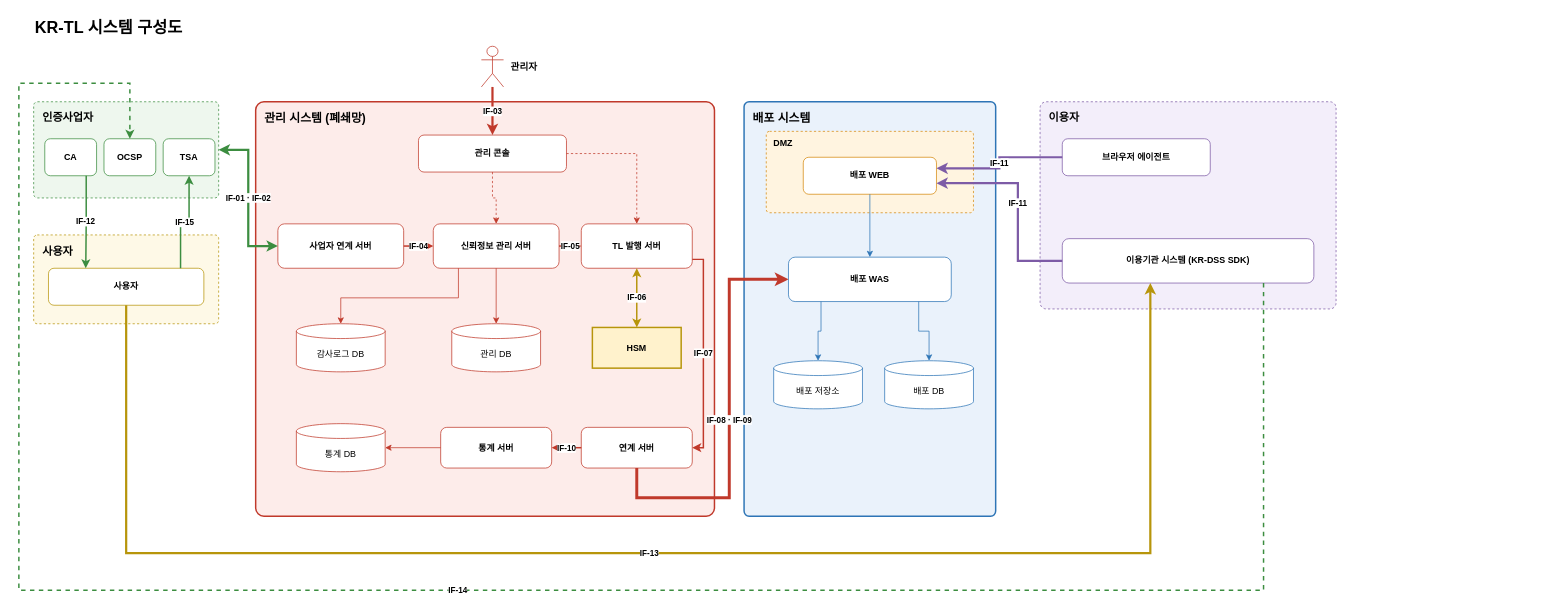
The draw.io diagram docs/design/KR-TL-관리시스템/diagrams/krtl-system.drawio in yongsungkim-electcerti/kr-dss, before the edit. Source tidied: cells renumbered, new cells numbered last; positions are measured from the earlier drawing's top-left corner, leaving out a move shared by most shapes. Both pictures are drawn from the tidied source at 74%, with x=0, y=0 at pixel (18, 13).
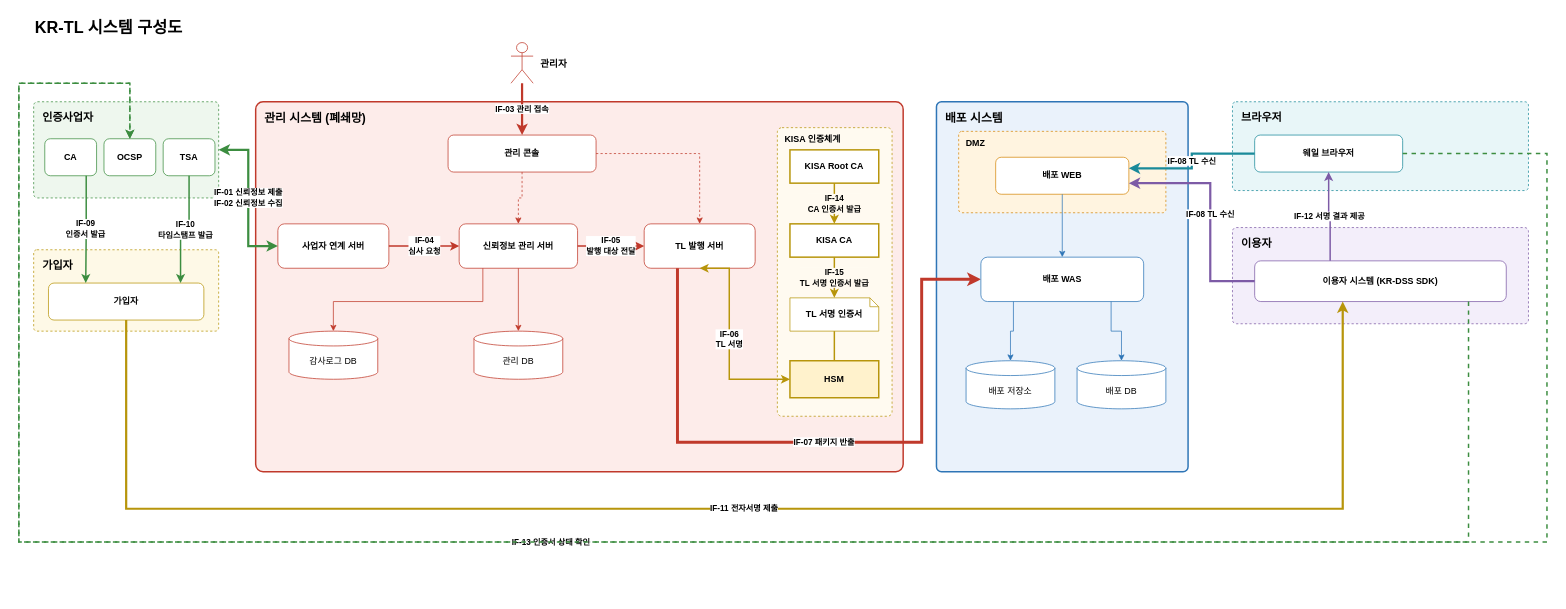
Above is the later version.

Commit message (it also covers changes not shown here):
docs(kr-tl): IF 한글 명칭·가입자/이용자/브라우저 구분·KISA 인증체계 반영, 통계·연계 제외 [claude]

Unchanged cells that the change refers to:
```xml
<mxCell id="3" value="인증사업자" style="rounded=1;arcSize=4;dashed=1;fillColor=#eef7ee;strokeColor=#3c8d40;verticalAlign=top;align=left;spacingLeft=10;spacingTop=6;fontStyle=1;fontSize=15;" parent="1" vertex="1">
  <mxGeometry x="20" y="120" width="250" height="130" as="geometry" />
</mxCell>
<mxCell id="9" value="CA" style="rounded=1;whiteSpace=wrap;html=1;fillColor=#ffffff;strokeColor=#3c8d40;fontStyle=1;" parent="1" vertex="1">
  <mxGeometry x="35" y="170" width="70" height="50" as="geometry" />
</mxCell>
<mxCell id="10" value="OCSP" style="rounded=1;whiteSpace=wrap;html=1;fillColor=#ffffff;strokeColor=#3c8d40;fontStyle=1;" parent="1" vertex="1">
  <mxGeometry x="115" y="170" width="70" height="50" as="geometry" />
</mxCell>
<mxCell id="11" value="TSA" style="rounded=1;whiteSpace=wrap;html=1;fillColor=#ffffff;strokeColor=#3c8d40;fontStyle=1;" parent="1" vertex="1">
  <mxGeometry x="195" y="170" width="70" height="50" as="geometry" />
</mxCell>
```

Diff of the diagram source:
```diff
@@
-    <mxCell id="4" value="사용자" style="rounded=1;arcSize=4;dashed=1;fillColor=#fef9e7;strokeColor=#b7950b;verticalAlign=top;align=left;spacingLeft=10;spacingTop=6;fontStyle=1;fontSize=15;" parent="1" vertex="1">
-      <mxGeometry x="20" y="300" width="250" height="120" as="geometry" />
-    </mxCell>
+    <mxCell id="52" value="가입자" style="rounded=1;arcSize=4;dashed=1;fillColor=#fef9e7;strokeColor=#b7950b;verticalAlign=top;align=left;spacingLeft=10;spacingTop=6;fontStyle=1;fontSize=15;" parent="1" vertex="1">
+      <mxGeometry x="20" y="320" width="250" height="110" as="geometry" />
+    </mxCell>
     <mxCell id="5" value="관리 시스템 (폐쇄망)" style="rounded=1;arcSize=2;fillColor=#fdecea;strokeColor=#c0392b;strokeWidth=2;verticalAlign=top;align=left;spacingLeft=10;spacingTop=6;fontStyle=1;fontSize=16;" parent="1" vertex="1">
-      <mxGeometry x="320" y="120" width="620" height="560" as="geometry" />
+      <mxGeometry x="320" y="120" width="875" height="500" as="geometry" />
     </mxCell>
     <mxCell id="6" value="배포 시스템" style="rounded=1;arcSize=2;fillColor=#eaf2fb;strokeColor=#2e75b6;strokeWidth=2;verticalAlign=top;align=left;spacingLeft=10;spacingTop=6;fontStyle=1;fontSize=16;" parent="1" vertex="1">
-      <mxGeometry x="980" y="120" width="340" height="560" as="geometry" />
+      <mxGeometry x="1240" y="120" width="340" height="500" as="geometry" />
     </mxCell>
     <mxCell id="7" value="DMZ" style="rounded=1;arcSize=4;dashed=1;fillColor=#fff4e0;strokeColor=#d68910;verticalAlign=top;align=left;spacingLeft=8;spacingTop=2;fontStyle=1;fontSize=12;" parent="1" vertex="1">
-      <mxGeometry x="1010" y="160" width="280" height="110" as="geometry" />
+      <mxGeometry x="1270" y="160" width="280" height="110" as="geometry" />
     </mxCell>
+    <mxCell id="53" value="브라우저" style="rounded=1;arcSize=4;dashed=1;fillColor=#e8f6f8;strokeColor=#1a8a9a;verticalAlign=top;align=left;spacingLeft=10;spacingTop=6;fontStyle=1;fontSize=15;" parent="1" vertex="1">
+      <mxGeometry x="1640" y="120" width="400" height="120" as="geometry" />
+    </mxCell>
-    <mxCell id="8" value="이용자" style="rounded=1;arcSize=3;dashed=1;fillColor=#f3eefa;strokeColor=#7d5ba6;verticalAlign=top;align=left;spacingLeft=10;spacingTop=6;fontStyle=1;fontSize=15;" parent="1" vertex="1">
-      <mxGeometry x="1380" y="120" width="400" height="280" as="geometry" />
+    <mxCell id="8" value="이용자" style="rounded=1;arcSize=4;dashed=1;fillColor=#f3eefa;strokeColor=#7d5ba6;verticalAlign=top;align=left;spacingLeft=10;spacingTop=6;fontStyle=1;fontSize=15;" parent="1" vertex="1">
+      <mxGeometry x="1640" y="290" width="400" height="130" as="geometry" />
     </mxCell>
@@
-    <mxCell id="12" value="사용자" style="rounded=1;whiteSpace=wrap;html=1;fillColor=#ffffff;strokeColor=#b7950b;fontStyle=1;" parent="1" vertex="1">
-      <mxGeometry x="40" y="345" width="210" height="50" as="geometry" />
-    </mxCell>
+    <mxCell id="54" value="가입자" style="rounded=1;whiteSpace=wrap;html=1;fillColor=#ffffff;strokeColor=#b7950b;fontStyle=1;" parent="1" vertex="1">
+      <mxGeometry x="40" y="365" width="210" height="50" as="geometry" />
+    </mxCell>
     <mxCell id="13" value="&lt;b&gt;관리자&lt;/b&gt;" style="shape=umlActor;verticalLabelPosition=middle;labelPosition=right;align=left;spacingLeft=8;html=1;outlineConnect=0;fillColor=#ffffff;strokeColor=#c0392b;fontSize=13;" parent="1" vertex="1">
-      <mxGeometry x="625" y="45" width="30" height="55" as="geometry" />
+      <mxGeometry x="665" y="40" width="30" height="55" as="geometry" />
     </mxCell>
     <mxCell id="14" value="관리 콘솔" style="rounded=1;whiteSpace=wrap;html=1;fillColor=#ffffff;strokeColor=#c0392b;fontStyle=1;" parent="1" vertex="1">
-      <mxGeometry x="540" y="165" width="200" height="50" as="geometry" />
+      <mxGeometry x="580" y="165" width="200" height="50" as="geometry" />
     </mxCell>
     <mxCell id="15" value="사업자 연계 서버" style="rounded=1;whiteSpace=wrap;html=1;fillColor=#ffffff;strokeColor=#c0392b;fontStyle=1;" parent="1" vertex="1">
-      <mxGeometry x="350" y="285" width="170" height="60" as="geometry" />
+      <mxGeometry x="350" y="285" width="150" height="60" as="geometry" />
     </mxCell>
     <mxCell id="16" value="신뢰정보 관리 서버" style="rounded=1;whiteSpace=wrap;html=1;fillColor=#ffffff;strokeColor=#c0392b;fontStyle=1;" parent="1" vertex="1">
-      <mxGeometry x="560" y="285" width="170" height="60" as="geometry" />
+      <mxGeometry x="595" y="285" width="160" height="60" as="geometry" />
     </mxCell>
     <mxCell id="17" value="TL 발행 서버" style="rounded=1;whiteSpace=wrap;html=1;fillColor=#ffffff;strokeColor=#c0392b;fontStyle=1;" parent="1" vertex="1">
-      <mxGeometry x="760" y="285" width="150" height="60" as="geometry" />
+      <mxGeometry x="845" y="285" width="150" height="60" as="geometry" />
     </mxCell>
     <mxCell id="18" value="감사로그 DB" style="shape=cylinder3;whiteSpace=wrap;html=1;boundedLbl=1;size=10;fillColor=#ffffff;strokeColor=#c0392b;" parent="1" vertex="1">
-      <mxGeometry x="375" y="420" width="120" height="65" as="geometry" />
+      <mxGeometry x="365" y="430" width="120" height="65" as="geometry" />
     </mxCell>
     <mxCell id="19" value="관리 DB" style="shape=cylinder3;whiteSpace=wrap;html=1;boundedLbl=1;size=10;fillColor=#ffffff;strokeColor=#c0392b;" parent="1" vertex="1">
-      <mxGeometry x="585" y="420" width="120" height="65" as="geometry" />
+      <mxGeometry x="615" y="430" width="120" height="65" as="geometry" />
     </mxCell>
+    <mxCell id="55" value="KISA 인증체계" style="rounded=1;arcSize=4;dashed=1;fillColor=#fffaf0;strokeColor=#b7950b;verticalAlign=top;align=left;spacingLeft=8;spacingTop=2;fontStyle=1;fontSize=12;" parent="1" vertex="1">
+      <mxGeometry x="1025" y="155" width="155" height="390" as="geometry" />
+    </mxCell>
+    <mxCell id="56" value="KISA Root CA" style="rounded=0;whiteSpace=wrap;html=1;fillColor=#ffffff;strokeColor=#b7950b;strokeWidth=2;fontStyle=1;" parent="1" vertex="1">
+      <mxGeometry x="1042" y="185" width="120" height="45" as="geometry" />
+    </mxCell>
+    <mxCell id="57" value="KISA CA" style="rounded=0;whiteSpace=wrap;html=1;fillColor=#ffffff;strokeColor=#b7950b;strokeWidth=2;fontStyle=1;" parent="1" vertex="1">
+      <mxGeometry x="1042" y="285" width="120" height="45" as="geometry" />
+    </mxCell>
+    <mxCell id="58" value="TL 서명 인증서" style="shape=note;size=12;whiteSpace=wrap;html=1;fillColor=#ffffff;strokeColor=#b7950b;fontStyle=1;" parent="1" vertex="1">
+      <mxGeometry x="1042" y="385" width="120" height="45" as="geometry" />
+    </mxCell>
     <mxCell id="20" value="HSM" style="rounded=0;whiteSpace=wrap;html=1;fillColor=#fff2cc;strokeColor=#b7950b;strokeWidth=2;fontStyle=1;" parent="1" vertex="1">
-      <mxGeometry x="775" y="425" width="120" height="55" as="geometry" />
+      <mxGeometry x="1042" y="470" width="120" height="50" as="geometry" />
     </mxCell>
-    <mxCell id="21" value="통계 DB" style="shape=cylinder3;whiteSpace=wrap;html=1;boundedLbl=1;size=10;fillColor=#ffffff;strokeColor=#c0392b;" parent="1" vertex="1">
-      <mxGeometry x="375" y="555" width="120" height="65" as="geometry" />
-    </mxCell>
-    <mxCell id="22" value="통계 서버" style="rounded=1;whiteSpace=wrap;html=1;fillColor=#ffffff;strokeColor=#c0392b;fontStyle=1;" parent="1" vertex="1">
-      <mxGeometry x="570" y="560" width="150" height="55" as="geometry" />
-    </mxCell>
-    <mxCell id="23" value="연계 서버" style="rounded=1;whiteSpace=wrap;html=1;fillColor=#ffffff;strokeColor=#c0392b;fontStyle=1;" parent="1" vertex="1">
-      <mxGeometry x="760" y="560" width="150" height="55" as="geometry" />
-    </mxCell>
+    <mxCell id="59" value="IF-14&lt;br&gt;CA 인증서 발급" style="edgeStyle=orthogonalEdgeStyle;rounded=0;html=1;strokeColor=#b7950b;strokeWidth=2;fontSize=11;fontStyle=1;labelBackgroundColor=#fffaf0;exitX=0.5;exitY=1;entryX=0.5;entryY=0;" parent="1" edge="1" source="56" target="57">
+      <mxGeometry relative="1" as="geometry" />
+    </mxCell>
+    <mxCell id="60" value="IF-15&lt;br&gt;TL 서명 인증서 발급" style="edgeStyle=orthogonalEdgeStyle;rounded=0;html=1;strokeColor=#b7950b;strokeWidth=2;fontSize=11;fontStyle=1;labelBackgroundColor=#fffaf0;exitX=0.5;exitY=1;entryX=0.5;entryY=0;" parent="1" edge="1" source="57" target="58">
+      <mxGeometry relative="1" as="geometry" />
+    </mxCell>
+    <mxCell id="61" style="edgeStyle=orthogonalEdgeStyle;rounded=0;html=1;strokeColor=#b7950b;strokeWidth=2;endArrow=none;exitX=0.5;exitY=1;entryX=0.5;entryY=0;" parent="1" edge="1" source="58" target="20">
+      <mxGeometry relative="1" as="geometry" />
+    </mxCell>
+    <mxCell id="40" value="IF-06&lt;br&gt;TL 서명" style="edgeStyle=orthogonalEdgeStyle;rounded=0;html=1;strokeColor=#b7950b;strokeWidth=2;fontSize=11;fontStyle=1;labelBackgroundColor=#ffffff;startArrow=classic;exitX=0.5;exitY=1;entryX=0;entryY=0.5;" parent="1" edge="1" source="17" target="20">
+      <mxGeometry relative="1" as="geometry">
+        <Array as="points">
+          <mxPoint x="960" y="495" />
+        </Array>
+      </mxGeometry>
+    </mxCell>
+    <mxCell id="41" value="IF-07 패키지 반출" style="edgeStyle=orthogonalEdgeStyle;rounded=0;html=1;strokeColor=#c0392b;strokeWidth=4;fontSize=11;fontStyle=1;labelBackgroundColor=#ffffff;exitX=0.3;exitY=1;entryX=0;entryY=0.5;" parent="1" edge="1" source="17" target="25">
+      <mxGeometry relative="1" as="geometry">
+        <Array as="points">
+          <mxPoint x="890" y="580" />
+          <mxPoint x="1220" y="580" />
+          <mxPoint x="1220" y="360" />
+        </Array>
+      </mxGeometry>
+    </mxCell>
     <mxCell id="24" value="배포 WEB" style="rounded=1;whiteSpace=wrap;html=1;fillColor=#ffffff;strokeColor=#d68910;fontStyle=1;" parent="1" vertex="1">
-      <mxGeometry x="1060" y="195" width="180" height="50" as="geometry" />
+      <mxGeometry x="1320" y="195" width="180" height="50" as="geometry" />
     </mxCell>
     <mxCell id="25" value="배포 WAS" style="rounded=1;whiteSpace=wrap;html=1;fillColor=#ffffff;strokeColor=#2e75b6;fontStyle=1;" parent="1" vertex="1">
-      <mxGeometry x="1040" y="330" width="220" height="60" as="geometry" />
+      <mxGeometry x="1300" y="330" width="220" height="60" as="geometry" />
     </mxCell>
     <mxCell id="26" value="배포 저장소" style="shape=cylinder3;whiteSpace=wrap;html=1;boundedLbl=1;size=10;fillColor=#ffffff;strokeColor=#2e75b6;" parent="1" vertex="1">
-      <mxGeometry x="1020" y="470" width="120" height="65" as="geometry" />
+      <mxGeometry x="1280" y="470" width="120" height="65" as="geometry" />
     </mxCell>
     <mxCell id="27" value="배포 DB" style="shape=cylinder3;whiteSpace=wrap;html=1;boundedLbl=1;size=10;fillColor=#ffffff;strokeColor=#2e75b6;" parent="1" vertex="1">
-      <mxGeometry x="1170" y="470" width="120" height="65" as="geometry" />
+      <mxGeometry x="1430" y="470" width="120" height="65" as="geometry" />
     </mxCell>
-    <mxCell id="28" value="브라우저 에이전트" style="rounded=1;whiteSpace=wrap;html=1;fillColor=#ffffff;strokeColor=#7d5ba6;fontStyle=1;" parent="1" vertex="1">
-      <mxGeometry x="1410" y="170" width="200" height="50" as="geometry" />
-    </mxCell>
+    <mxCell id="62" value="웨일 브라우저" style="rounded=1;whiteSpace=wrap;html=1;fillColor=#ffffff;strokeColor=#1a8a9a;fontStyle=1;" parent="1" vertex="1">
+      <mxGeometry x="1670" y="165" width="200" height="50" as="geometry" />
+    </mxCell>
-    <mxCell id="29" value="이용기관 시스템 (KR-DSS SDK)" style="rounded=1;whiteSpace=wrap;html=1;fillColor=#ffffff;strokeColor=#7d5ba6;fontStyle=1;" parent="1" vertex="1">
-      <mxGeometry x="1410" y="305" width="340" height="60" as="geometry" />
+    <mxCell id="29" value="이용자 시스템 (KR-DSS SDK)" style="rounded=1;whiteSpace=wrap;html=1;fillColor=#ffffff;strokeColor=#7d5ba6;fontStyle=1;" parent="1" vertex="1">
+      <mxGeometry x="1670" y="335" width="340" height="55" as="geometry" />
     </mxCell>
-    <mxCell id="30" value="IF-01 · IF-02" style="edgeStyle=orthogonalEdgeStyle;rounded=0;html=1;strokeColor=#3c8d40;strokeWidth=3;fontSize=11;fontStyle=1;labelBackgroundColor=#ffffff;startArrow=classic;exitX=1;exitY=0.5;entryX=0;entryY=0.5;" parent="1" edge="1" source="3" target="15">
+    <mxCell id="30" value="IF-01 신뢰정보 제출&lt;br&gt;IF-02 신뢰정보 수집" style="edgeStyle=orthogonalEdgeStyle;rounded=0;html=1;strokeColor=#3c8d40;strokeWidth=3;fontSize=11;fontStyle=1;labelBackgroundColor=#ffffff;startArrow=classic;exitX=1;exitY=0.5;entryX=0;entryY=0.5;" parent="1" edge="1" source="3" target="15">
       <mxGeometry relative="1" as="geometry" />
     </mxCell>
-    <mxCell id="31" value="IF-03" style="edgeStyle=orthogonalEdgeStyle;rounded=0;html=1;strokeColor=#c0392b;strokeWidth=3;fontSize=11;fontStyle=1;labelBackgroundColor=#ffffff;exitX=0.5;exitY=1;entryX=0.5;entryY=0;" parent="1" edge="1" source="13" target="14">
+    <mxCell id="31" value="IF-03 관리 접속" style="edgeStyle=orthogonalEdgeStyle;rounded=0;html=1;strokeColor=#c0392b;strokeWidth=3;fontSize=11;fontStyle=1;labelBackgroundColor=#ffffff;exitX=0.5;exitY=1;entryX=0.5;entryY=0;" parent="1" edge="1" source="13" target="14">
       <mxGeometry relative="1" as="geometry" />
     </mxCell>
-    <mxCell id="32" value="IF-12" style="edgeStyle=orthogonalEdgeStyle;rounded=0;html=1;strokeColor=#3c8d40;strokeWidth=2;fontSize=11;fontStyle=1;labelBackgroundColor=#ffffff;exitX=0.8;exitY=1;entryX=0.24;entryY=0;" parent="1" edge="1" source="9" target="12">
+    <mxCell id="32" value="IF-09&lt;br&gt;인증서 발급" style="edgeStyle=orthogonalEdgeStyle;rounded=0;html=1;strokeColor=#3c8d40;strokeWidth=2;fontSize=11;fontStyle=1;labelBackgroundColor=#ffffff;exitX=0.8;exitY=1;entryX=0.24;entryY=0;" parent="1" edge="1" source="9" target="54">
       <mxGeometry relative="1" as="geometry" />
     </mxCell>
-    <mxCell id="33" value="IF-15" style="edgeStyle=orthogonalEdgeStyle;rounded=0;html=1;strokeColor=#3c8d40;strokeWidth=2;fontSize=11;fontStyle=1;labelBackgroundColor=#ffffff;exitX=0.85;exitY=0;entryX=0.5;entryY=1;" parent="1" edge="1" source="12" target="11">
-      <mxGeometry relative="1" as="geometry" />
-    </mxCell>
+    <mxCell id="50" value="IF-10&lt;br&gt;타임스탬프 발급" style="edgeStyle=orthogonalEdgeStyle;rounded=0;html=1;strokeColor=#3c8d40;strokeWidth=2;fontSize=11;fontStyle=1;labelBackgroundColor=#ffffff;exitX=0.5;exitY=1;entryX=0.85;entryY=0;" parent="1" edge="1" source="11" target="54">
+      <mxGeometry relative="1" as="geometry" />
+    </mxCell>
@@
-    <mxCell id="36" value="IF-04" style="edgeStyle=orthogonalEdgeStyle;rounded=0;html=1;strokeColor=#c0392b;strokeWidth=2;fontSize=11;fontStyle=1;labelBackgroundColor=#ffffff;exitX=1;exitY=0.5;entryX=0;entryY=0.5;" parent="1" edge="1" source="15" target="16">
+    <mxCell id="36" value="IF-04&lt;br&gt;심사 요청" style="edgeStyle=orthogonalEdgeStyle;rounded=0;html=1;strokeColor=#c0392b;strokeWidth=2;fontSize=11;fontStyle=1;labelBackgroundColor=#ffffff;exitX=1;exitY=0.5;entryX=0;entryY=0.5;" parent="1" edge="1" source="15" target="16">
       <mxGeometry relative="1" as="geometry" />
     </mxCell>
-    <mxCell id="37" value="IF-05" style="edgeStyle=orthogonalEdgeStyle;rounded=0;html=1;strokeColor=#c0392b;strokeWidth=2;fontSize=11;fontStyle=1;labelBackgroundColor=#ffffff;exitX=1;exitY=0.5;entryX=0;entryY=0.5;" parent="1" edge="1" source="16" target="17">
+    <mxCell id="37" value="IF-05&lt;br&gt;발행 대상 전달" style="edgeStyle=orthogonalEdgeStyle;rounded=0;html=1;strokeColor=#c0392b;strokeWidth=2;fontSize=11;fontStyle=1;labelBackgroundColor=#ffffff;exitX=1;exitY=0.5;entryX=0;entryY=0.5;" parent="1" edge="1" source="16" target="17">
       <mxGeometry relative="1" as="geometry" />
     </mxCell>
@@
     <mxCell id="39" style="edgeStyle=orthogonalEdgeStyle;rounded=0;html=1;strokeColor=#c0392b;exitX=0.2;exitY=1;entryX=0.5;entryY=0;entryDx=0;entryDy=0;" parent="1" edge="1" source="16" target="18">
       <mxGeometry relative="1" as="geometry">
         <Array as="points">
-          <mxPoint x="594" y="385" />
-          <mxPoint x="435" y="385" />
+          <mxPoint x="627" y="390" />
+          <mxPoint x="425" y="390" />
         </Array>
       </mxGeometry>
     </mxCell>
-    <mxCell id="40" value="IF-06" style="edgeStyle=orthogonalEdgeStyle;rounded=0;html=1;strokeColor=#b7950b;strokeWidth=2;fontSize=11;fontStyle=1;labelBackgroundColor=#ffffff;exitX=0.5;exitY=1;entryX=0.5;entryY=0;startArrow=classic;" parent="1" edge="1" source="17" target="20">
-      <mxGeometry relative="1" as="geometry" />
-    </mxCell>
-    <mxCell id="41" value="IF-07" style="edgeStyle=orthogonalEdgeStyle;rounded=0;html=1;strokeColor=#c0392b;strokeWidth=2;fontSize=11;fontStyle=1;labelBackgroundColor=#ffffff;exitX=1;exitY=0.8;entryX=1;entryY=0.5;" parent="1" edge="1" source="17" target="23">
-      <mxGeometry relative="1" as="geometry">
-        <Array as="points">
-          <mxPoint x="925" y="333" />
-          <mxPoint x="925" y="587" />
-        </Array>
-      </mxGeometry>
-    </mxCell>
-    <mxCell id="42" value="IF-10" style="edgeStyle=orthogonalEdgeStyle;rounded=0;html=1;strokeColor=#c0392b;strokeWidth=2;fontSize=11;fontStyle=1;labelBackgroundColor=#ffffff;exitX=0;exitY=0.5;entryX=1;entryY=0.5;" parent="1" edge="1" source="23" target="22">
-      <mxGeometry relative="1" as="geometry" />
-    </mxCell>
-    <mxCell id="43" style="edgeStyle=orthogonalEdgeStyle;rounded=0;html=1;strokeColor=#c0392b;exitX=0;exitY=0.5;entryX=1;entryY=0.5;entryDx=0;entryDy=0;" parent="1" edge="1" source="22" target="21">
-      <mxGeometry relative="1" as="geometry" />
-    </mxCell>
-    <mxCell id="44" value="IF-08 · IF-09" style="edgeStyle=orthogonalEdgeStyle;rounded=0;html=1;strokeColor=#c0392b;strokeWidth=4;fontSize=11;fontStyle=1;labelBackgroundColor=#ffffff;exitX=0.5;exitY=1;entryX=0;entryY=0.5;" parent="1" edge="1" source="23" target="25">
-      <mxGeometry relative="1" as="geometry">
-        <Array as="points">
-          <mxPoint x="835" y="655" />
-          <mxPoint x="960" y="655" />
-          <mxPoint x="960" y="360" />
-        </Array>
-      </mxGeometry>
-    </mxCell>
@@
-    <mxCell id="48" value="IF-11" style="edgeStyle=orthogonalEdgeStyle;rounded=0;html=1;strokeColor=#7d5ba6;strokeWidth=3;fontSize=11;fontStyle=1;labelBackgroundColor=#ffffff;exitX=0;exitY=0.5;entryX=1;entryY=0.3;" parent="1" edge="1" source="28" target="24">
+    <mxCell id="48" value="IF-08 TL 수신" style="edgeStyle=orthogonalEdgeStyle;rounded=0;html=1;strokeColor=#1a8a9a;strokeWidth=3;fontSize=11;fontStyle=1;labelBackgroundColor=#ffffff;exitX=0;exitY=0.5;entryX=1;entryY=0.3;" parent="1" edge="1" source="62" target="24">
       <mxGeometry relative="1" as="geometry" />
     </mxCell>
-    <mxCell id="49" value="IF-11" style="edgeStyle=orthogonalEdgeStyle;rounded=0;html=1;strokeColor=#7d5ba6;strokeWidth=3;fontSize=11;fontStyle=1;labelBackgroundColor=#ffffff;exitX=0;exitY=0.5;entryX=1;entryY=0.7;" parent="1" edge="1" source="29" target="24">
+    <mxCell id="49" value="IF-08 TL 수신" style="edgeStyle=orthogonalEdgeStyle;rounded=0;html=1;strokeColor=#7d5ba6;strokeWidth=3;fontSize=11;fontStyle=1;labelBackgroundColor=#ffffff;exitX=0;exitY=0.5;entryX=1;entryY=0.7;" parent="1" edge="1" source="29" target="24">
       <mxGeometry relative="1" as="geometry">
         <Array as="points">
-          <mxPoint x="1350" y="335" />
-          <mxPoint x="1350" y="230" />
+          <mxPoint x="1610" y="362" />
+          <mxPoint x="1610" y="230" />
         </Array>
       </mxGeometry>
     </mxCell>
-    <mxCell id="50" value="IF-13" style="edgeStyle=orthogonalEdgeStyle;rounded=0;html=1;strokeColor=#b7950b;strokeWidth=3;fontSize=11;fontStyle=1;labelBackgroundColor=#ffffff;exitX=0.5;exitY=1;entryX=0.35;entryY=1;" parent="1" edge="1" source="12" target="29">
-      <mxGeometry relative="1" as="geometry">
-        <Array as="points">
-          <mxPoint x="145" y="730" />
-          <mxPoint x="1529" y="730" />
-        </Array>
-      </mxGeometry>
-    </mxCell>
+    <mxCell id="33" value="IF-12 서명 결과 제공" style="edgeStyle=orthogonalEdgeStyle;rounded=0;html=1;strokeColor=#7d5ba6;strokeWidth=2;fontSize=11;fontStyle=1;labelBackgroundColor=#ffffff;exitX=0.3;exitY=0;entryX=0.5;entryY=1;" parent="1" edge="1" source="29" target="62">
+      <mxGeometry relative="1" as="geometry" />
+    </mxCell>
-    <mxCell id="51" value="IF-14" style="edgeStyle=orthogonalEdgeStyle;rounded=0;html=1;strokeColor=#3c8d40;strokeWidth=2;dashed=1;fontSize=11;fontStyle=1;labelBackgroundColor=#ffffff;exitX=0.8;exitY=1;entryX=0.5;entryY=0;" parent="1" edge="1" source="29" target="10">
+    <mxCell id="51" value="IF-11 전자서명 제출" style="edgeStyle=orthogonalEdgeStyle;rounded=0;html=1;strokeColor=#b7950b;strokeWidth=3;fontSize=11;fontStyle=1;labelBackgroundColor=#ffffff;exitX=0.5;exitY=1;entryX=0.35;entryY=1;" parent="1" edge="1" source="54" target="29">
       <mxGeometry relative="1" as="geometry">
         <Array as="points">
-          <mxPoint x="1682" y="780" />
-          <mxPoint y="780" />
-          <mxPoint y="95" />
-          <mxPoint x="150" y="95" />
+          <mxPoint x="145" y="670" />
+          <mxPoint x="1789" y="670" />
         </Array>
       </mxGeometry>
     </mxCell>
+    <mxCell id="63" value="IF-13 인증서 상태 확인" style="edgeStyle=orthogonalEdgeStyle;rounded=0;html=1;strokeColor=#3c8d40;strokeWidth=2;dashed=1;fontSize=11;fontStyle=1;labelBackgroundColor=#ffffff;exitX=0.85;exitY=1;entryX=0.5;entryY=0;" parent="1" edge="1" source="29" target="10">
+      <mxGeometry relative="1" as="geometry">
+        <Array as="points">
+          <mxPoint x="1959" y="715" />
+          <mxPoint y="715" />
+          <mxPoint y="95" />
+          <mxPoint x="150" y="95" />
+        </Array>
+      </mxGeometry>
+    </mxCell>
+    <mxCell id="64" style="edgeStyle=orthogonalEdgeStyle;rounded=0;html=1;strokeColor=#3c8d40;strokeWidth=2;dashed=1;exitX=1;exitY=0.5;entryX=0.5;entryY=0;" parent="1" edge="1" source="62" target="10">
+      <mxGeometry relative="1" as="geometry">
+        <Array as="points">
+          <mxPoint x="2065" y="190" />
+          <mxPoint x="2065" y="715" />
+          <mxPoint y="715" />
+          <mxPoint y="95" />
+          <mxPoint x="150" y="95" />
+        </Array>
+      </mxGeometry>
+    </mxCell>
```
